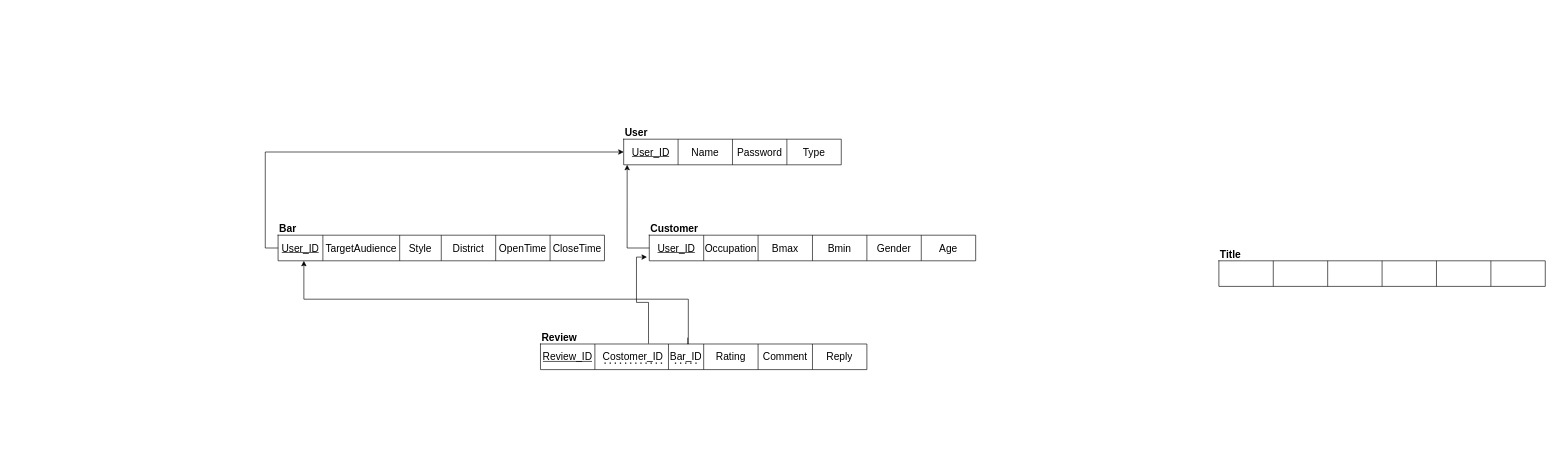
Before: DBDesign.drawio in tp12356twNccu/Database_NCCU, a draw.io diagram. Source tidied: cells renumbered, new cells numbered last; positions are measured from the earlier drawing's top-left corner, leaving out a move shared by most shapes. Both pictures are drawn from the tidied source at 64%, with x=0, y=0 at pixel (278, 126).
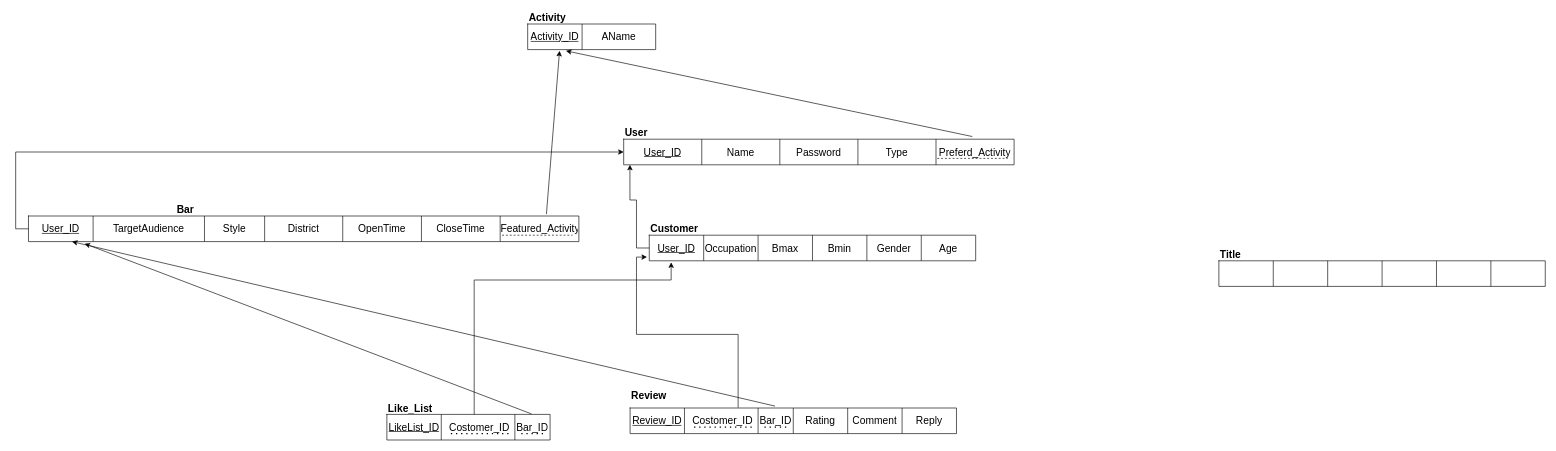
Above is the later version.

The change refers to these unchanged cells:
```xml
<mxCell id="19" style="shape=tableRow;horizontal=0;startSize=0;swimlaneHead=0;swimlaneBody=0;strokeColor=inherit;top=0;left=0;bottom=0;right=0;fillColor=none;points=[[0,0.5],[1,0.5]];portConstraint=eastwest;fontSize=16;" parent="18" vertex="1">
  <mxGeometry width="510" height="40" as="geometry" />
</mxCell>
<mxCell id="40" style="shape=tableRow;horizontal=0;startSize=0;swimlaneHead=0;swimlaneBody=0;strokeColor=inherit;top=0;left=0;bottom=0;right=0;fillColor=none;points=[[0,0.5],[1,0.5]];portConstraint=eastwest;fontSize=16;" parent="39" vertex="1">
  <mxGeometry width="510" height="40" as="geometry" />
</mxCell>
```

Change to the diagram source:
```diff
@@
     <mxCell id="11" style="shape=table;startSize=0;childLayout=tableLayout;fontSize=12;" parent="1" vertex="1">
-      <mxGeometry x="540" y="20" width="340" height="40" as="geometry" />
+      <mxGeometry x="540" y="20" width="610" height="40" as="geometry" />
     </mxCell>
     <mxCell id="12" style="shape=tableRow;horizontal=0;startSize=0;swimlaneHead=0;swimlaneBody=0;strokeColor=inherit;top=0;left=0;bottom=0;right=0;fillColor=none;points=[[0,0.5],[1,0.5]];portConstraint=eastwest;fontSize=16;" parent="11" vertex="1">
-      <mxGeometry width="340" height="40" as="geometry" />
+      <mxGeometry width="610" height="40" as="geometry" />
     </mxCell>
     <mxCell id="13" value="User_ID" style="shape=partialRectangle;html=1;whiteSpace=wrap;strokeColor=inherit;overflow=hidden;fillColor=none;top=0;left=0;bottom=0;right=0;fontSize=16;fontStyle=4;" parent="12" vertex="1">
-      <mxGeometry width="85" height="40" as="geometry" />
+      <mxGeometry width="122" height="40" as="geometry" />
     </mxCell>
     <mxCell id="14" value="Name" style="shape=partialRectangle;html=1;whiteSpace=wrap;strokeColor=inherit;overflow=hidden;fillColor=none;top=0;left=0;bottom=0;right=0;fontSize=16;" parent="12" vertex="1">
-      <mxGeometry x="85" width="85" height="40" as="geometry" />
+      <mxGeometry x="122" width="122" height="40" as="geometry" />
     </mxCell>
     <mxCell id="15" value="Password" style="shape=partialRectangle;html=1;whiteSpace=wrap;strokeColor=inherit;overflow=hidden;fillColor=none;top=0;left=0;bottom=0;right=0;fontSize=16;" parent="12" vertex="1">
-      <mxGeometry x="170" width="85" height="40" as="geometry" />
+      <mxGeometry x="244" width="122" height="40" as="geometry" />
     </mxCell>
     <mxCell id="16" value="Type" style="shape=partialRectangle;html=1;whiteSpace=wrap;strokeColor=inherit;overflow=hidden;fillColor=none;top=0;left=0;bottom=0;right=0;fontSize=16;" parent="12" vertex="1">
-      <mxGeometry x="255" width="85" height="40" as="geometry" />
+      <mxGeometry x="366" width="122" height="40" as="geometry" />
     </mxCell>
+    <mxCell id="51" value="Preferd_Activity" style="shape=partialRectangle;html=1;whiteSpace=wrap;strokeColor=inherit;overflow=hidden;fillColor=none;top=0;left=0;bottom=0;right=0;fontSize=16;" parent="12" vertex="1">
+      <mxGeometry x="488" width="122" height="40" as="geometry" />
+    </mxCell>
@@
     <mxCell id="28" style="shape=table;startSize=0;childLayout=tableLayout;fontSize=12;" parent="1" vertex="1">
-      <mxGeometry y="170" width="510" height="40" as="geometry" />
+      <mxGeometry x="-390" y="140" width="860" height="40" as="geometry" />
     </mxCell>
     <mxCell id="29" style="shape=tableRow;horizontal=0;startSize=0;swimlaneHead=0;swimlaneBody=0;strokeColor=inherit;top=0;left=0;bottom=0;right=0;fillColor=none;points=[[0,0.5],[1,0.5]];portConstraint=eastwest;fontSize=16;" parent="28" vertex="1">
-      <mxGeometry width="510" height="40" as="geometry" />
+      <mxGeometry width="860" height="40" as="geometry" />
     </mxCell>
     <mxCell id="30" value="User_ID" style="shape=partialRectangle;html=1;whiteSpace=wrap;strokeColor=inherit;overflow=hidden;fillColor=none;top=0;left=0;bottom=0;right=0;fontSize=16;fontStyle=4;" parent="29" vertex="1">
-      <mxGeometry width="70" height="40" as="geometry" />
+      <mxGeometry width="101" height="40" as="geometry" />
     </mxCell>
     <mxCell id="31" value="TargetAudience" style="shape=partialRectangle;html=1;whiteSpace=wrap;strokeColor=inherit;overflow=hidden;fillColor=none;top=0;left=0;bottom=0;right=0;fontSize=16;" parent="29" vertex="1">
-      <mxGeometry x="70" width="120" height="40" as="geometry" />
+      <mxGeometry x="101" width="174" height="40" as="geometry" />
     </mxCell>
     <mxCell id="32" value="Style" style="shape=partialRectangle;html=1;whiteSpace=wrap;strokeColor=inherit;overflow=hidden;fillColor=none;top=0;left=0;bottom=0;right=0;fontSize=16;" parent="29" vertex="1">
-      <mxGeometry x="190" width="65" height="40" as="geometry" />
+      <mxGeometry x="275" width="94" height="40" as="geometry" />
     </mxCell>
     <mxCell id="33" value="District" style="shape=partialRectangle;html=1;whiteSpace=wrap;strokeColor=inherit;overflow=hidden;fillColor=none;top=0;left=0;bottom=0;right=0;fontSize=16;" parent="29" vertex="1">
-      <mxGeometry x="255" width="85" height="40" as="geometry" />
+      <mxGeometry x="369" width="122" height="40" as="geometry" />
     </mxCell>
     <mxCell id="34" value="OpenTime" style="shape=partialRectangle;html=1;whiteSpace=wrap;strokeColor=inherit;overflow=hidden;fillColor=none;top=0;left=0;bottom=0;right=0;fontSize=16;" parent="29" vertex="1">
-      <mxGeometry x="340" width="85" height="40" as="geometry" />
+      <mxGeometry x="491" width="123" height="40" as="geometry" />
     </mxCell>
     <mxCell id="35" value="CloseTime" style="shape=partialRectangle;html=1;whiteSpace=wrap;strokeColor=inherit;overflow=hidden;fillColor=none;top=0;left=0;bottom=0;right=0;fontSize=16;" parent="29" vertex="1">
-      <mxGeometry x="425" width="85" height="40" as="geometry" />
+      <mxGeometry x="614" width="123" height="40" as="geometry" />
     </mxCell>
+    <mxCell id="52" value="Featured_Activity" style="shape=partialRectangle;html=1;whiteSpace=wrap;strokeColor=inherit;overflow=hidden;fillColor=none;top=0;left=0;bottom=0;right=0;fontSize=16;" parent="29" vertex="1">
+      <mxGeometry x="737" width="123" height="40" as="geometry" />
+    </mxCell>
     <mxCell id="36" value="Bar" style="text;strokeColor=none;fillColor=none;html=1;fontSize=16;fontStyle=1;verticalAlign=middle;align=left;" parent="1" vertex="1">
-      <mxGeometry y="150" width="60" height="20" as="geometry" />
+      <mxGeometry x="-160" y="120" width="60" height="20" as="geometry" />
     </mxCell>
@@
+    <mxCell id="47" value="Review" style="text;strokeColor=none;fillColor=none;html=1;fontSize=16;fontStyle=1;verticalAlign=middle;align=left;" parent="1" vertex="1">
+      <mxGeometry x="550" y="410" width="60" height="20" as="geometry" />
+    </mxCell>
+    <mxCell id="50" style="rounded=0;jettySize=auto;html=1;entryX=0.079;entryY=1.001;entryDx=0;entryDy=0;entryPerimeter=0;exitX=0.444;exitY=-0.074;exitDx=0;exitDy=0;exitPerimeter=0;" parent="1" edge="1" source="40" target="29">
+      <mxGeometry relative="1" as="geometry" />
+    </mxCell>
+    <mxCell id="53" style="shape=table;startSize=0;childLayout=tableLayout;fontSize=12;" parent="1" vertex="1">
+      <mxGeometry x="170" y="450" width="255" height="40" as="geometry" />
+    </mxCell>
+    <mxCell id="54" style="shape=tableRow;horizontal=0;startSize=0;swimlaneHead=0;swimlaneBody=0;strokeColor=inherit;top=0;left=0;bottom=0;right=0;fillColor=none;points=[[0,0.5],[1,0.5]];portConstraint=eastwest;fontSize=16;" parent="53" vertex="1">
+      <mxGeometry width="255" height="40" as="geometry" />
+    </mxCell>
+    <mxCell id="55" value="LikeList_ID" style="shape=partialRectangle;html=1;whiteSpace=wrap;strokeColor=inherit;overflow=hidden;fillColor=none;top=0;left=0;bottom=0;right=0;fontSize=16;fontStyle=4;" parent="54" vertex="1">
+      <mxGeometry width="85" height="40" as="geometry" />
+    </mxCell>
+    <mxCell id="56" value="&amp;nbsp;Costomer_ID" style="shape=partialRectangle;html=1;whiteSpace=wrap;strokeColor=inherit;overflow=hidden;fillColor=none;top=0;left=0;bottom=0;right=0;fontSize=16;" parent="54" vertex="1">
+      <mxGeometry x="85" width="115" height="40" as="geometry" />
+    </mxCell>
+    <mxCell id="57" value="Bar_ID" style="shape=partialRectangle;html=1;whiteSpace=wrap;strokeColor=inherit;overflow=hidden;fillColor=none;top=0;left=0;bottom=0;right=0;fontSize=16;" parent="54" vertex="1">
+      <mxGeometry x="200" width="55" height="40" as="geometry" />
+    </mxCell>
+    <mxCell id="58" value="Like_List" style="text;strokeColor=none;fillColor=none;html=1;fontSize=16;fontStyle=1;verticalAlign=middle;align=left;" parent="1" vertex="1">
+      <mxGeometry x="170" y="430" width="60" height="20" as="geometry" />
+    </mxCell>
+    <mxCell id="59" style="endArrow=none;dashed=1;html=1;dashPattern=1 3;strokeWidth=2;rounded=0;" parent="1" edge="1">
+      <mxGeometry relative="1" as="geometry">
+        <mxPoint x="270" y="480" as="sourcePoint" />
+        <mxPoint x="360" y="480" as="targetPoint" />
+      </mxGeometry>
+    </mxCell>
+    <mxCell id="60" style="endArrow=none;dashed=1;html=1;dashPattern=1 3;strokeWidth=2;rounded=0;" parent="1" edge="1">
+      <mxGeometry relative="1" as="geometry">
+        <mxPoint x="380" y="480" as="sourcePoint" />
+        <mxPoint x="420" y="480" as="targetPoint" />
+      </mxGeometry>
+    </mxCell>
+    <mxCell id="61" style="endArrow=classic;html=1;rounded=0;exitX=0.535;exitY=0;exitDx=0;exitDy=0;exitPerimeter=0;edgeStyle=orthogonalEdgeStyle;entryX=0.067;entryY=1.06;entryDx=0;entryDy=0;entryPerimeter=0;" parent="1" edge="1" source="54" target="19">
+      <mxGeometry relative="1" as="geometry">
+        <Array as="points">
+          <mxPoint x="306" y="240" />
+          <mxPoint x="614" y="240" />
+        </Array>
+      </mxGeometry>
+    </mxCell>
+    <mxCell id="62" style="endArrow=classic;html=1;rounded=0;exitX=0.886;exitY=-0.02;exitDx=0;exitDy=0;exitPerimeter=0;entryX=0.102;entryY=1.08;entryDx=0;entryDy=0;entryPerimeter=0;" parent="1" edge="1" source="54" target="29">
+      <mxGeometry relative="1" as="geometry" />
+    </mxCell>
     <mxCell id="39" style="shape=table;startSize=0;childLayout=tableLayout;fontSize=12;" parent="1" vertex="1">
-      <mxGeometry x="410" y="340" width="510" height="40" as="geometry" />
+      <mxGeometry x="550" y="440" width="510" height="40" as="geometry" />
     </mxCell>
@@
-    <mxCell id="47" value="Review" style="text;strokeColor=none;fillColor=none;html=1;fontSize=16;fontStyle=1;verticalAlign=middle;align=left;" parent="1" vertex="1">
-      <mxGeometry x="410" y="320" width="60" height="20" as="geometry" />
-    </mxCell>
     <mxCell id="48" style="endArrow=none;dashed=1;html=1;dashPattern=1 3;strokeWidth=2;rounded=0;" parent="1" edge="1">
       <mxGeometry relative="1" as="geometry">
-        <mxPoint x="510" y="370" as="sourcePoint" />
-        <mxPoint x="600" y="370" as="targetPoint" />
+        <mxPoint x="650" y="470" as="sourcePoint" />
+        <mxPoint x="740" y="470" as="targetPoint" />
       </mxGeometry>
     </mxCell>
     <mxCell id="49" style="endArrow=none;dashed=1;html=1;dashPattern=1 3;strokeWidth=2;rounded=0;" parent="1" edge="1">
       <mxGeometry relative="1" as="geometry">
-        <mxPoint x="620" y="370" as="sourcePoint" />
-        <mxPoint x="660" y="370" as="targetPoint" />
+        <mxPoint x="760" y="470" as="sourcePoint" />
+        <mxPoint x="800" y="470" as="targetPoint" />
       </mxGeometry>
     </mxCell>
-    <mxCell id="50" style="edgeStyle=orthogonalEdgeStyle;rounded=0;jettySize=auto;html=1;entryX=0.079;entryY=1.001;entryDx=0;entryDy=0;entryPerimeter=0;" parent="1" edge="1" target="29">
-      <mxGeometry relative="1" as="geometry">
-        <mxPoint x="640" y="330" as="sourcePoint" />
-        <Array as="points">
-          <mxPoint x="640" y="340" />
-          <mxPoint x="641" y="340" />
-          <mxPoint x="641" y="270" />
-          <mxPoint x="40" y="270" />
-        </Array>
-      </mxGeometry>
-    </mxCell>
+    <mxCell id="63" style="shape=table;startSize=0;childLayout=tableLayout;fontSize=12;" parent="1" vertex="1">
+      <mxGeometry x="390" y="-160" width="200" height="40" as="geometry" />
+    </mxCell>
+    <mxCell id="64" style="shape=tableRow;horizontal=0;startSize=0;swimlaneHead=0;swimlaneBody=0;strokeColor=inherit;top=0;left=0;bottom=0;right=0;fillColor=none;points=[[0,0.5],[1,0.5]];portConstraint=eastwest;fontSize=16;" parent="63" vertex="1">
+      <mxGeometry width="200" height="40" as="geometry" />
+    </mxCell>
+    <mxCell id="65" value="Activity_ID" style="shape=partialRectangle;html=1;whiteSpace=wrap;strokeColor=inherit;overflow=hidden;fillColor=none;top=0;left=0;bottom=0;right=0;fontSize=16;fontStyle=4;" parent="64" vertex="1">
+      <mxGeometry width="85" height="40" as="geometry" />
+    </mxCell>
+    <mxCell id="66" value="AName" style="shape=partialRectangle;html=1;whiteSpace=wrap;strokeColor=inherit;overflow=hidden;fillColor=none;top=0;left=0;bottom=0;right=0;fontSize=16;" parent="64" vertex="1">
+      <mxGeometry x="85" width="115" height="40" as="geometry" />
+    </mxCell>
+    <mxCell id="67" value="Activity" style="text;strokeColor=none;fillColor=none;html=1;fontSize=16;fontStyle=1;verticalAlign=middle;align=left;" parent="1" vertex="1">
+      <mxGeometry x="390" y="-180" width="60" height="20" as="geometry" />
+    </mxCell>
+    <mxCell id="68" style="endArrow=none;dashed=1;html=1;rounded=0;" parent="1" edge="1">
+      <mxGeometry relative="1" as="geometry">
+        <mxPoint x="350" y="170" as="sourcePoint" />
+        <mxPoint x="460" y="170" as="targetPoint" />
+      </mxGeometry>
+    </mxCell>
+    <mxCell id="69" style="endArrow=none;dashed=1;html=1;rounded=0;" parent="1" edge="1">
+      <mxGeometry relative="1" as="geometry">
+        <mxPoint x="1030" y="50" as="sourcePoint" />
+        <mxPoint x="1140" y="50" as="targetPoint" />
+      </mxGeometry>
+    </mxCell>
+    <mxCell id="70" style="rounded=0;jettySize=auto;html=1;exitX=0.941;exitY=-0.072;exitDx=0;exitDy=0;entryX=0.249;entryY=1.049;entryDx=0;entryDy=0;entryPerimeter=0;exitPerimeter=0;" parent="1" edge="1" source="29" target="64">
+      <mxGeometry relative="1" as="geometry" />
+    </mxCell>
+    <mxCell id="71" style="rounded=0;jettySize=auto;html=1;exitX=0.893;exitY=-0.104;exitDx=0;exitDy=0;entryX=0.299;entryY=1.049;entryDx=0;entryDy=0;entryPerimeter=0;exitPerimeter=0;" parent="1" edge="1" source="12" target="64">
+      <mxGeometry relative="1" as="geometry" />
+    </mxCell>
```
